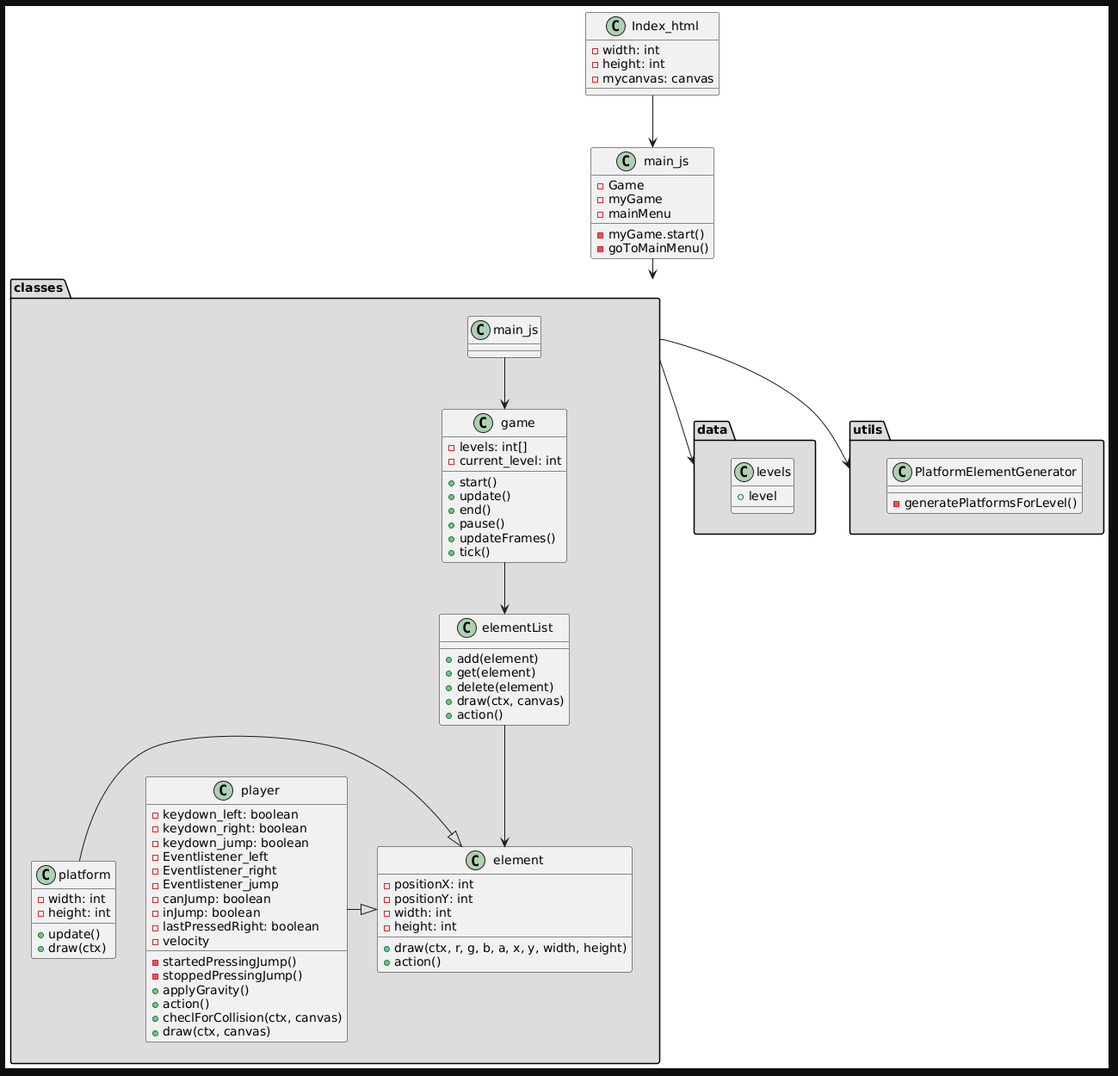
The PlantUML diagram klassendiagramm.png in ozhadykov/browsergame-bachelor, before a commit. Its source is kept beside it as klassendiagramm.puml.
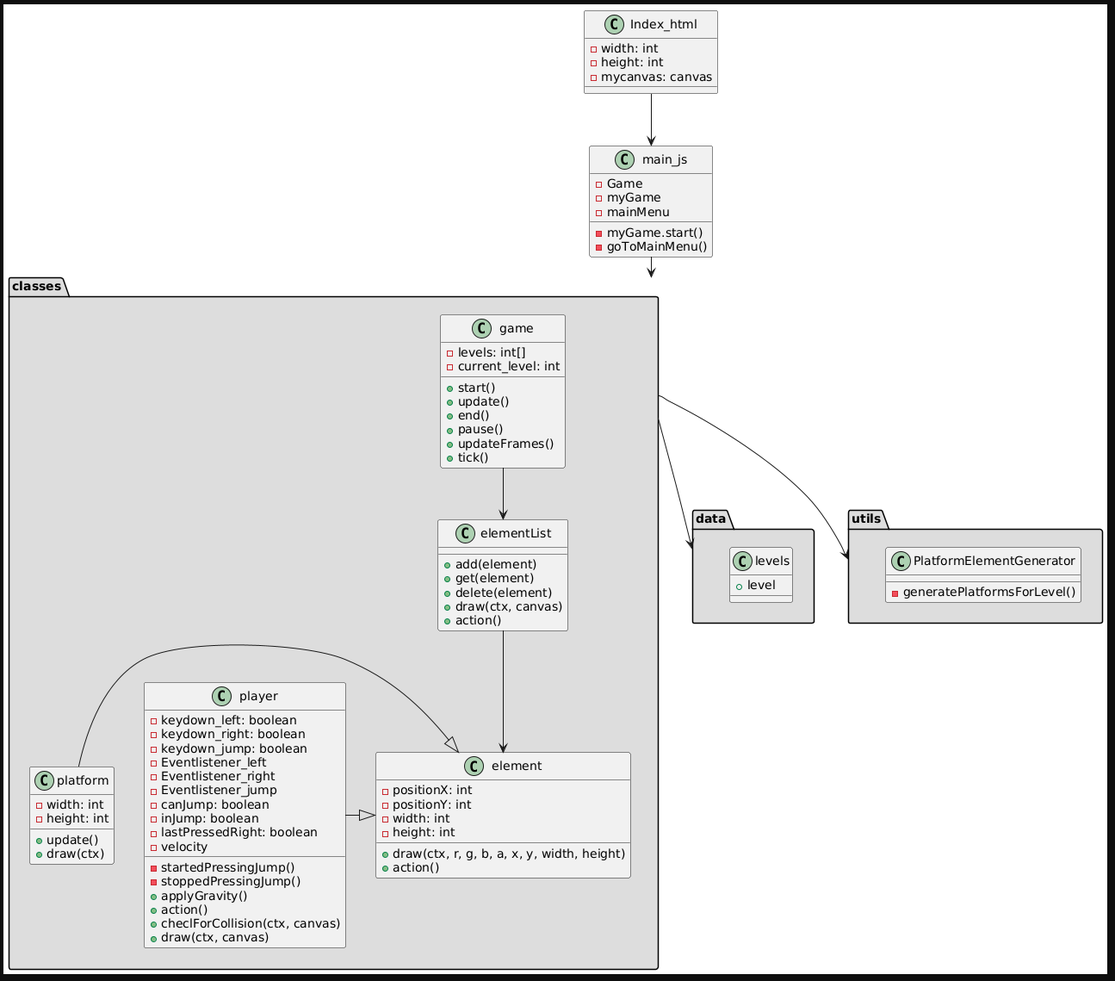
After the commit.

Change to the diagram source:
```diff
@@ -71,7 +71,6 @@
 elementList --> element
 player -|>element
 platform -|> element
-main_js --> game
 }
 
 class main_js {
```
